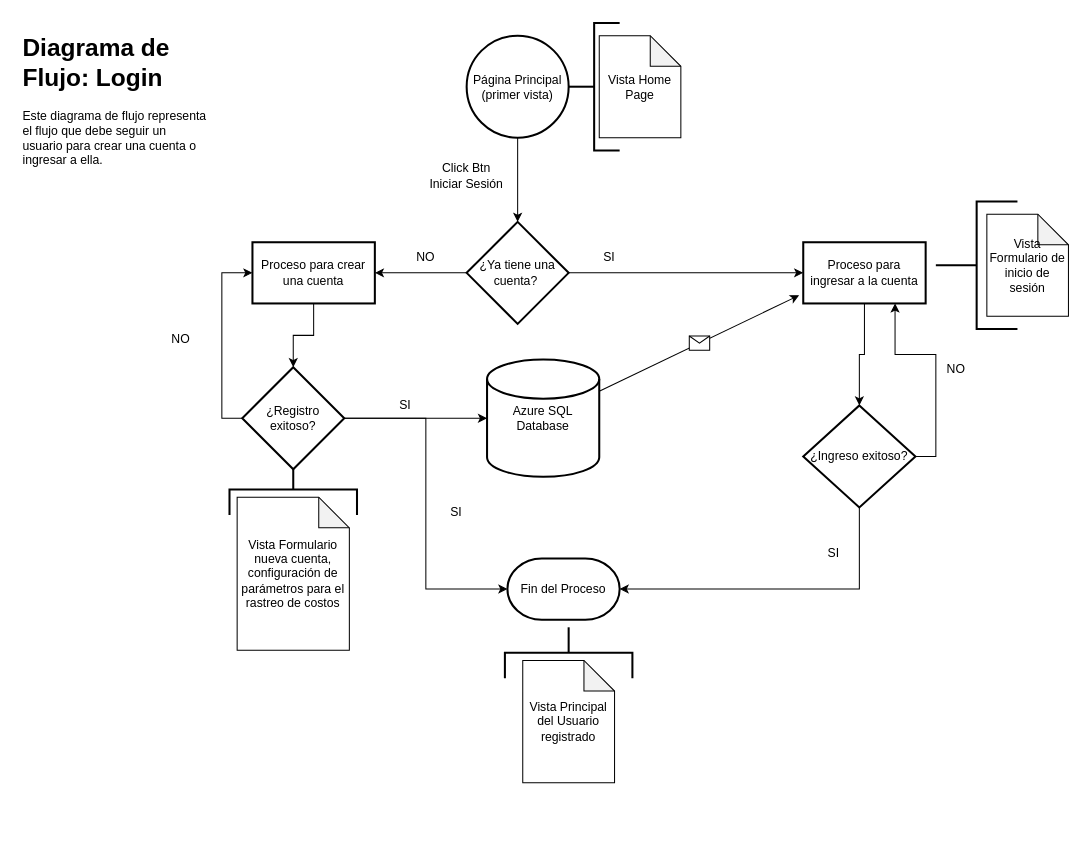
This is page "Login" (1 of 3) of flowchart.drawio from Waldemar77/PapAppCost_FlowChart, a draw.io file, before an edit. Source tidied: cells renumbered, new cells numbered last; positions are measured from the earlier drawing's top-left corner, leaving out a move shared by most shapes. Both pictures are drawn from the tidied source at 102%, with x=0, y=0 at pixel (17, 22).
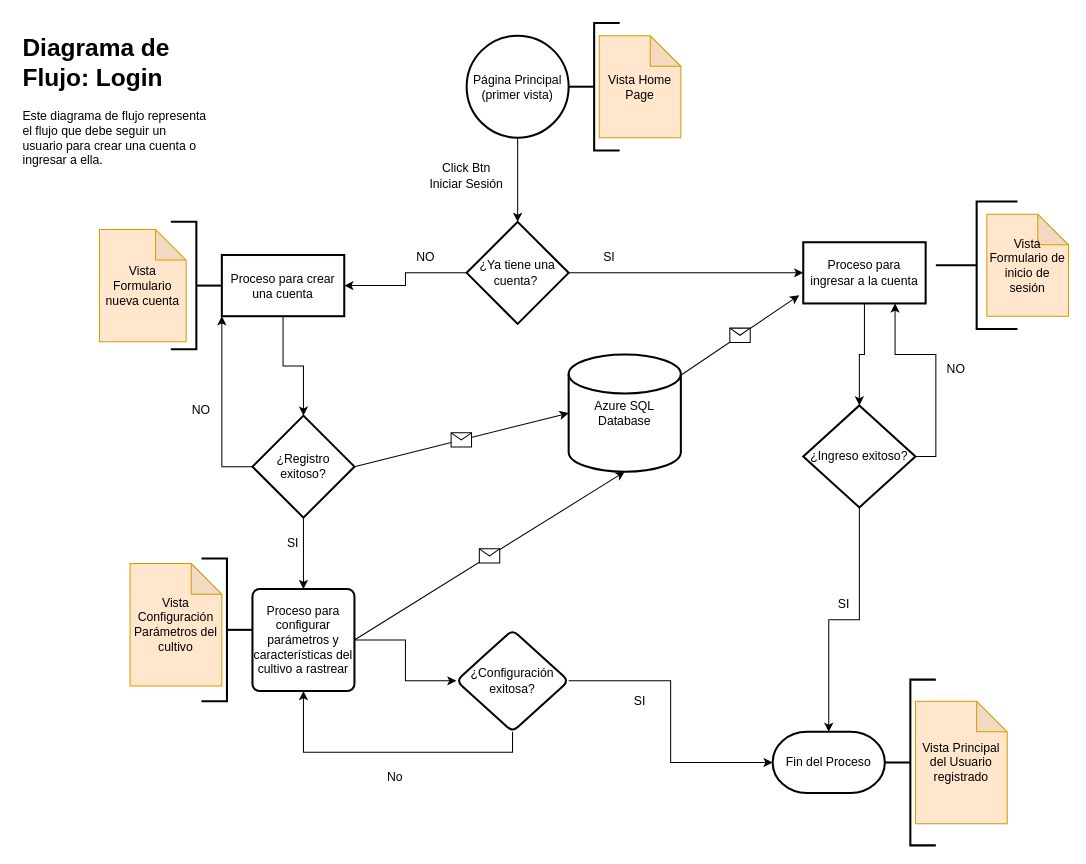
After the change.

The change refers to these unchanged cells:
```xml
<mxCell id="29" value="¿Ingreso exitoso?" style="rhombus;whiteSpace=wrap;html=1;strokeWidth=2;" parent="1" vertex="1">
  <mxGeometry x="770" y="375" width="110" height="100" as="geometry" />
</mxCell>
```

The edit, as a diff of the source:
```diff
@@
     <mxCell id="9" value="Proceso para crear una cuenta" style="whiteSpace=wrap;html=1;strokeWidth=2;" parent="1" vertex="1">
-      <mxGeometry x="230" y="215" width="120" height="60" as="geometry" />
+      <mxGeometry x="200" y="227.5" width="120" height="60" as="geometry" />
     </mxCell>
@@
-    <mxCell id="14" value="Vista Formulario nueva cuenta, configuración de parámetros para el rastreo de costos" style="shape=note;whiteSpace=wrap;html=1;backgroundOutline=1;darkOpacity=0.05;" parent="1" vertex="1">
-      <mxGeometry x="215" y="465" width="110" height="150" as="geometry" />
-    </mxCell>
-    <mxCell id="15" style="strokeWidth=2;html=1;shape=mxgraph.flowchart.annotation_2;align=left;labelPosition=right;rotation=90;" parent="1" vertex="1">
-      <mxGeometry x="245" y="395" width="50" height="125" as="geometry" />
-    </mxCell>
     <mxCell id="16" value="Azure SQL Database" style="strokeWidth=2;html=1;shape=mxgraph.flowchart.database;whiteSpace=wrap;" parent="1" vertex="1">
-      <mxGeometry x="460" y="330" width="110" height="115" as="geometry" />
+      <mxGeometry x="540" y="325" width="110" height="115" as="geometry" />
     </mxCell>
-    <mxCell id="17" style="edgeStyle=orthogonalEdgeStyle;rounded=0;jettySize=auto;html=1;exitX=0;exitY=0.5;exitDx=0;exitDy=0;entryX=0;entryY=0.5;entryDx=0;entryDy=0;" parent="1" edge="1" source="20" target="9">
+    <mxCell id="17" style="edgeStyle=orthogonalEdgeStyle;rounded=0;jettySize=auto;html=1;exitX=0;exitY=0.5;exitDx=0;exitDy=0;entryX=0;entryY=1;entryDx=0;entryDy=0;" parent="1" edge="1" source="20" target="9">
       <mxGeometry relative="1" as="geometry" />
     </mxCell>
-    <mxCell id="18" style="edgeStyle=orthogonalEdgeStyle;rounded=0;jettySize=auto;html=1;exitX=1;exitY=0.5;exitDx=0;exitDy=0;entryX=0;entryY=0.5;entryDx=0;entryDy=0;entryPerimeter=0;" parent="1" edge="1" source="20" target="16">
-      <mxGeometry relative="1" as="geometry" />
-    </mxCell>
-    <mxCell id="19" style="edgeStyle=orthogonalEdgeStyle;rounded=0;jettySize=auto;html=1;exitX=1;exitY=0.5;exitDx=0;exitDy=0;entryX=0;entryY=0.5;entryDx=0;entryDy=0;entryPerimeter=0;" parent="1" edge="1" source="20" target="32">
-      <mxGeometry relative="1" as="geometry" />
-    </mxCell>
+    <mxCell id="39" style="edgeStyle=orthogonalEdgeStyle;rounded=0;jettySize=auto;html=1;exitX=0.5;exitY=1;exitDx=0;exitDy=0;entryX=0.5;entryY=0;entryDx=0;entryDy=0;" parent="1" edge="1" source="20" target="41">
+      <mxGeometry relative="1" as="geometry" />
+    </mxCell>
     <mxCell id="20" value="¿Registro exitoso?" style="rhombus;whiteSpace=wrap;html=1;strokeWidth=2;" parent="1" vertex="1">
-      <mxGeometry x="220" y="337.5" width="100" height="100" as="geometry" />
+      <mxGeometry x="230" y="385" width="100" height="100" as="geometry" />
     </mxCell>
     <mxCell id="21" value="SI" style="text;html=1;strokeColor=none;fillColor=none;align=center;verticalAlign=middle;whiteSpace=wrap;rounded=0;" parent="1" vertex="1">
-      <mxGeometry x="350" y="360" width="60" height="30" as="geometry" />
+      <mxGeometry x="240" y="495" width="60" height="30" as="geometry" />
     </mxCell>
     <mxCell id="22" value="NO" style="text;html=1;strokeColor=none;fillColor=none;align=center;verticalAlign=middle;whiteSpace=wrap;rounded=0;" parent="1" vertex="1">
-      <mxGeometry x="130" y="295" width="60" height="30" as="geometry" />
+      <mxGeometry x="150" y="365" width="60" height="30" as="geometry" />
     </mxCell>
-    <mxCell id="23" value="Vista Home Page" style="shape=note;whiteSpace=wrap;html=1;backgroundOutline=1;darkOpacity=0.05;" parent="1" vertex="1">
+    <mxCell id="23" value="Vista Home Page" style="shape=note;whiteSpace=wrap;html=1;backgroundOutline=1;darkOpacity=0.05;fillColor=#ffe6cc;strokeColor=#d79b00;" parent="1" vertex="1">
       <mxGeometry x="570" y="12.5" width="80" height="100" as="geometry" />
     </mxCell>
@@
-    <mxCell id="25" value="Vista Formulario de inicio de sesión" style="shape=note;whiteSpace=wrap;html=1;backgroundOutline=1;darkOpacity=0.05;" parent="1" vertex="1">
+    <mxCell id="25" value="Vista Formulario de inicio de sesión" style="shape=note;whiteSpace=wrap;html=1;backgroundOutline=1;darkOpacity=0.05;fillColor=#ffe6cc;strokeColor=#d79b00;" parent="1" vertex="1">
       <mxGeometry x="950" y="187.5" width="80" height="100" as="geometry" />
     </mxCell>
@@
-    <mxCell id="27" style="edgeStyle=orthogonalEdgeStyle;rounded=0;jettySize=auto;html=1;exitX=0.5;exitY=1;exitDx=0;exitDy=0;entryX=1;entryY=0.5;entryDx=0;entryDy=0;entryPerimeter=0;" parent="1" edge="1" source="29" target="32">
+    <mxCell id="27" style="edgeStyle=orthogonalEdgeStyle;rounded=0;jettySize=auto;html=1;exitX=0.5;exitY=1;exitDx=0;exitDy=0;entryX=0.5;entryY=0;entryDx=0;entryDy=0;entryPerimeter=0;" parent="1" edge="1" source="29" target="32">
       <mxGeometry relative="1" as="geometry" />
     </mxCell>
@@
     <mxCell id="32" value="Fin del Proceso" style="strokeWidth=2;html=1;shape=mxgraph.flowchart.terminator;whiteSpace=wrap;" parent="1" vertex="1">
-      <mxGeometry x="480" y="525" width="110" height="60" as="geometry" />
+      <mxGeometry x="740" y="695" width="110" height="60" as="geometry" />
     </mxCell>
     <mxCell id="33" value="SI" style="text;html=1;strokeColor=none;fillColor=none;align=center;verticalAlign=middle;whiteSpace=wrap;rounded=0;" parent="1" vertex="1">
-      <mxGeometry x="770" y="505" width="60" height="30" as="geometry" />
+      <mxGeometry x="780" y="555" width="60" height="30" as="geometry" />
     </mxCell>
@@
     <mxCell id="35" value="SI" style="text;html=1;strokeColor=none;fillColor=none;align=center;verticalAlign=middle;whiteSpace=wrap;rounded=0;" parent="1" vertex="1">
-      <mxGeometry x="400" y="465" width="60" height="30" as="geometry" />
+      <mxGeometry x="580" y="650" width="60" height="30" as="geometry" />
     </mxCell>
-    <mxCell id="36" value="Vista Principal del Usuario registrado" style="shape=note;whiteSpace=wrap;html=1;backgroundOutline=1;darkOpacity=0.05;" parent="1" vertex="1">
-      <mxGeometry x="495" y="625" width="90" height="120" as="geometry" />
+    <mxCell id="36" value="Vista Principal del Usuario registrado" style="shape=note;whiteSpace=wrap;html=1;backgroundOutline=1;darkOpacity=0.05;fillColor=#ffe6cc;strokeColor=#d79b00;" parent="1" vertex="1">
+      <mxGeometry x="880" y="665" width="90" height="120" as="geometry" />
     </mxCell>
-    <mxCell id="37" style="strokeWidth=2;html=1;shape=mxgraph.flowchart.annotation_2;align=left;labelPosition=right;rotation=90;" parent="1" vertex="1">
-      <mxGeometry x="515" y="555" width="50" height="125" as="geometry" />
+    <mxCell id="37" style="strokeWidth=2;html=1;shape=mxgraph.flowchart.annotation_2;align=left;labelPosition=right;rotation=0;" parent="1" vertex="1">
+      <mxGeometry x="850" y="643.8" width="50" height="162.5" as="geometry" />
     </mxCell>
@@
+    <mxCell id="40" style="edgeStyle=orthogonalEdgeStyle;rounded=0;jettySize=auto;html=1;" parent="1" edge="1" source="41" target="47">
+      <mxGeometry relative="1" as="geometry" />
+    </mxCell>
+    <mxCell id="41" value="Proceso para configurar parámetros y características del cultivo a rastrear" style="rounded=1;whiteSpace=wrap;html=1;absoluteArcSize=1;arcSize=14;strokeWidth=2;" parent="1" vertex="1">
+      <mxGeometry x="230" y="555" width="100" height="100" as="geometry" />
+    </mxCell>
+    <mxCell id="18" style="endArrow=classic;html=1;rounded=0;entryX=0;entryY=0.5;entryDx=0;entryDy=0;entryPerimeter=0;exitX=1;exitY=0.5;exitDx=0;exitDy=0;" parent="1" edge="1" source="20" target="16">
+      <mxGeometry relative="1" as="geometry" />
+    </mxCell>
+    <mxCell id="42" style="shape=message;html=1;" parent="18" vertex="1">
+      <mxGeometry width="20" height="14" relative="1" as="geometry">
+        <mxPoint x="-10" y="-7" as="offset" />
+      </mxGeometry>
+    </mxCell>
+    <mxCell id="43" style="endArrow=classic;html=1;rounded=0;entryX=0.5;entryY=1;entryDx=0;entryDy=0;entryPerimeter=0;exitX=1;exitY=0.5;exitDx=0;exitDy=0;" parent="1" edge="1" source="41" target="16">
+      <mxGeometry relative="1" as="geometry" />
+    </mxCell>
+    <mxCell id="44" style="shape=message;html=1;" parent="43" vertex="1">
+      <mxGeometry width="20" height="14" relative="1" as="geometry">
+        <mxPoint x="-10" y="-7" as="offset" />
+      </mxGeometry>
+    </mxCell>
+    <mxCell id="45" style="edgeStyle=orthogonalEdgeStyle;rounded=0;jettySize=auto;html=1;exitX=1;exitY=0.5;exitDx=0;exitDy=0;entryX=0;entryY=0.5;entryDx=0;entryDy=0;entryPerimeter=0;" parent="1" edge="1" source="47" target="32">
+      <mxGeometry relative="1" as="geometry" />
+    </mxCell>
+    <mxCell id="46" style="edgeStyle=orthogonalEdgeStyle;rounded=0;jettySize=auto;html=1;exitX=0.5;exitY=1;exitDx=0;exitDy=0;entryX=0.5;entryY=1;entryDx=0;entryDy=0;" parent="1" edge="1" source="47" target="41">
+      <mxGeometry relative="1" as="geometry" />
+    </mxCell>
+    <mxCell id="47" value="¿Configuración exitosa?" style="rhombus;whiteSpace=wrap;html=1;rounded=1;arcSize=14;strokeWidth=2;" parent="1" vertex="1">
+      <mxGeometry x="430" y="595" width="110" height="100" as="geometry" />
+    </mxCell>
+    <mxCell id="48" value="Vista Configuración Parámetros del cultivo" style="shape=note;whiteSpace=wrap;html=1;backgroundOutline=1;darkOpacity=0.05;fillColor=#ffe6cc;strokeColor=#d79b00;" parent="1" vertex="1">
+      <mxGeometry x="110" y="530" width="90" height="120" as="geometry" />
+    </mxCell>
+    <mxCell id="49" style="strokeWidth=2;html=1;shape=mxgraph.flowchart.annotation_2;align=left;labelPosition=right;rotation=-180;" parent="1" vertex="1">
+      <mxGeometry x="180" y="525" width="50" height="140" as="geometry" />
+    </mxCell>
+    <mxCell id="50" value="Vista Formulario nueva cuenta" style="shape=note;whiteSpace=wrap;html=1;backgroundOutline=1;darkOpacity=0.05;fillColor=#ffe6cc;strokeColor=#d79b00;" parent="1" vertex="1">
+      <mxGeometry x="80" y="202.5" width="85" height="110" as="geometry" />
+    </mxCell>
+    <mxCell id="51" style="strokeWidth=2;html=1;shape=mxgraph.flowchart.annotation_2;align=left;labelPosition=right;rotation=-180;" parent="1" vertex="1">
+      <mxGeometry x="150" y="195" width="50" height="125" as="geometry" />
+    </mxCell>
+    <mxCell id="52" value="No" style="text;html=1;strokeColor=none;fillColor=none;align=center;verticalAlign=middle;whiteSpace=wrap;rounded=0;" parent="1" vertex="1">
+      <mxGeometry x="340" y="725" width="60" height="30" as="geometry" />
+    </mxCell>
```
